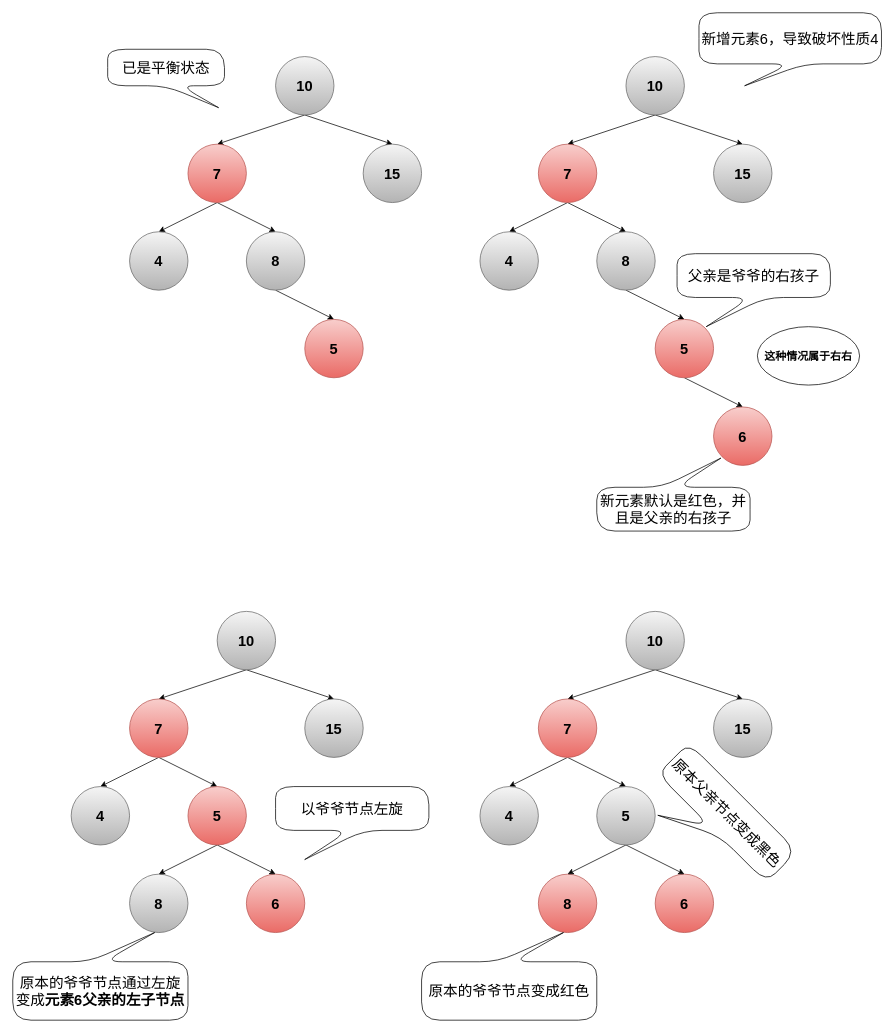
LDChing0321/JavaLearn keeps this draw.io diagram as page "右右情况" (1 of 2) of typora/JavaSE/6 集合/drawio/HashMap/红黑树失衡情况.drawio. Above is the earlier version. Source tidied: cells renumbered, new cells numbered last; positions are measured from the earlier drawing's top-left corner, leaving out a move shared by most shapes. Both pictures are drawn from the tidied source at 73%, with x=0, y=0 at pixel (12, 12).
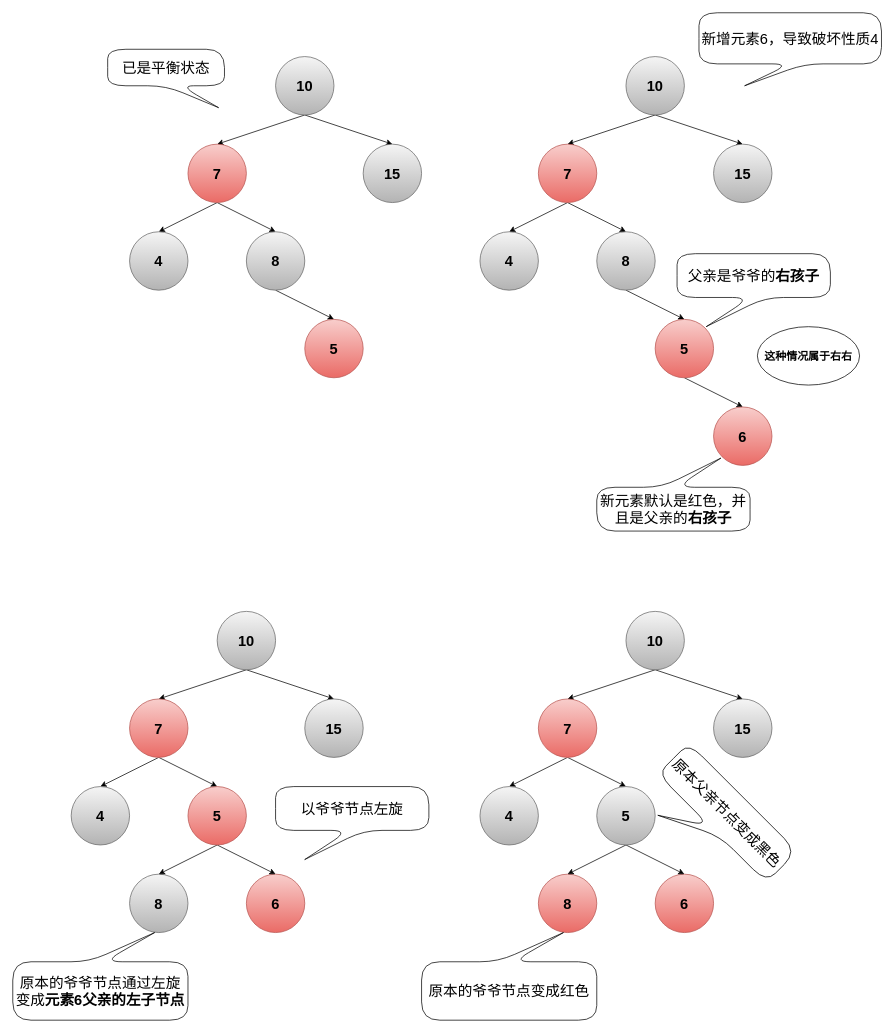
The same page after the edit.

Commit message (it also covers changes not shown here):
更新红黑树失衡情况.drawio

What changed in the source:
```diff
@@
-    <mxCell id="28" value="新元素默认是红色，并且是父亲的右孩子" style="shape=callout;whiteSpace=wrap;html=1;perimeter=calloutPerimeter;fontSize=20;rounded=1;arcSize=50;position2=0.19;size=40;position=0.48;direction=west;" parent="1" vertex="1">
+    <mxCell id="28" value="新元素默认是红色，并且是父亲的&lt;b&gt;右孩子&lt;/b&gt;" style="shape=callout;whiteSpace=wrap;html=1;perimeter=calloutPerimeter;fontSize=20;rounded=1;arcSize=50;position2=0.19;size=40;position=0.48;direction=west;" parent="1" vertex="1">
       <mxGeometry x="800" y="610" width="210" height="100" as="geometry" />
     </mxCell>
@@
-    <mxCell id="38" value="父亲是爷爷的右孩子" style="shape=callout;whiteSpace=wrap;html=1;perimeter=calloutPerimeter;fontSize=20;rounded=1;arcSize=50;position2=0.19;size=40;position=0.48;direction=east;" parent="1" vertex="1">
+    <mxCell id="38" value="父亲是爷爷的&lt;b&gt;右孩子&lt;/b&gt;" style="shape=callout;whiteSpace=wrap;html=1;perimeter=calloutPerimeter;fontSize=20;rounded=1;arcSize=50;position2=0.19;size=40;position=0.48;direction=east;" parent="1" vertex="1">
       <mxGeometry x="910" y="330" width="210" height="100" as="geometry" />
     </mxCell>
```
